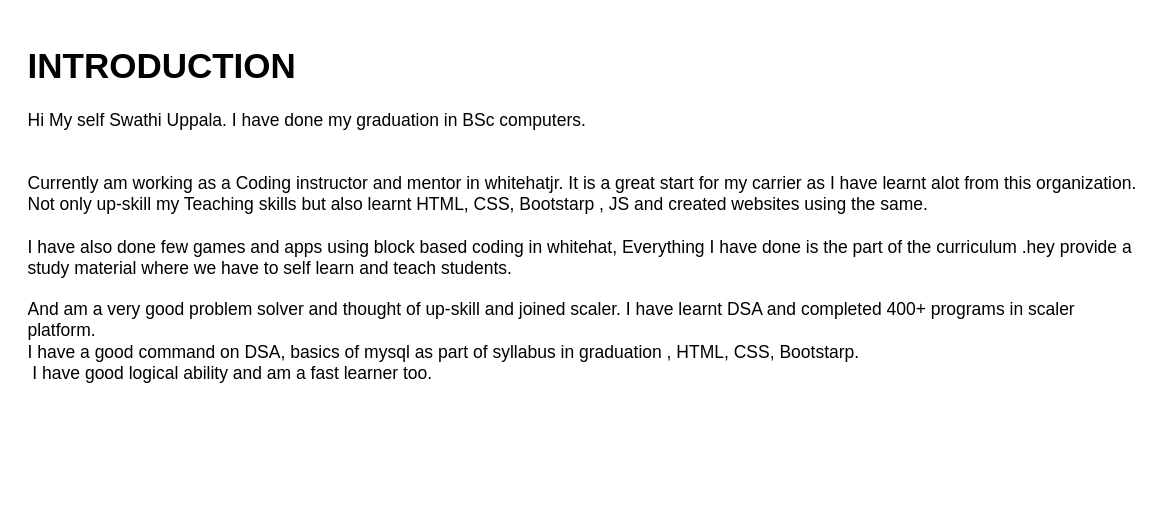
This is page "Page-2" (2 of 2) of Untitled Diagram.drawio from swathiuppala/scaler, a draw.io file, before an edit. Source tidied: cells renumbered, new cells numbered last; positions are measured from the earlier drawing's top-left corner, leaving out a move shared by most shapes. Both pictures are drawn from the tidied source at 125%, with x=0, y=0 at pixel (21, 34).
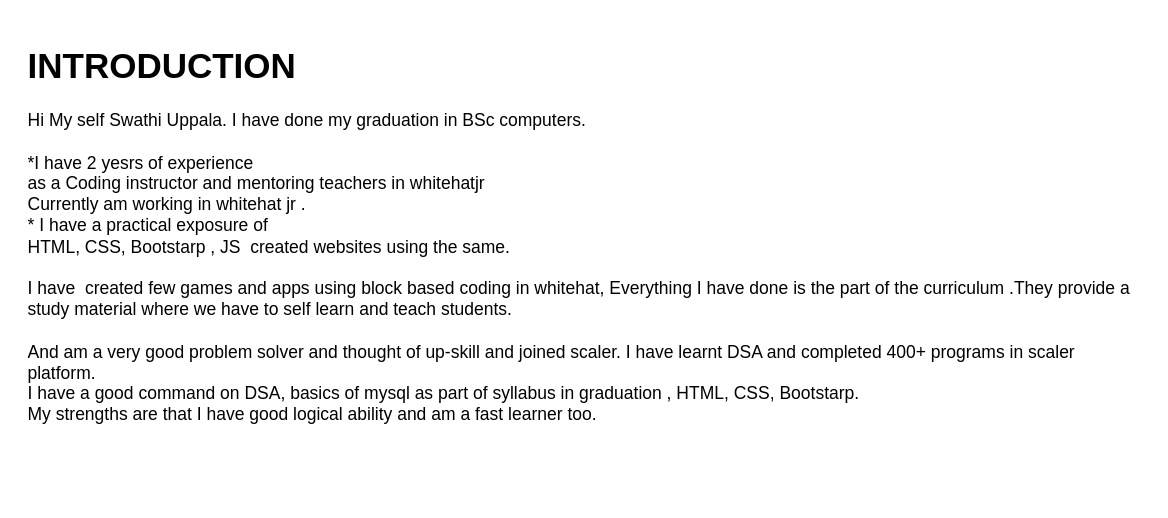
The same diagram, later.

The edit, as a diff of the source:
```diff
@@
 <mxGraphModel>
   <root>
     <mxCell id="0" />
     <mxCell id="1" parent="0" />
-    <mxCell id="2" value="&lt;h1&gt;INTRODUCTION&lt;/h1&gt;&lt;div&gt;Hi My self Swathi Uppala. I have done my graduation in BSc computers.&lt;/div&gt;&lt;div&gt;&lt;br&gt;&lt;/div&gt;&lt;div&gt;&lt;br&gt;&lt;/div&gt;&lt;div&gt;Currently am working as a Coding instructor and mentor in whitehatjr. It is a great start for my carrier as I have learnt alot from this organization. Not only&amp;nbsp;up-skill&amp;nbsp;my Teaching skills but also learnt HTML, CSS, Bootstarp , JS and created websites using the same.&amp;nbsp;&lt;/div&gt;&lt;div&gt;&lt;br&gt;&lt;/div&gt;&lt;div&gt;I have also done few games and apps using block based coding in whitehat, Everything I have done is the part of the curriculum&amp;nbsp;.hey provide a study material where we have to self learn and teach students.&lt;/div&gt;&lt;div&gt;&lt;br&gt;&lt;/div&gt;&lt;div&gt;And am a very good problem solver and thought of up-skill and joined scaler. I have learnt DSA and completed 400+ programs in scaler platform.&amp;nbsp;&lt;/div&gt;&lt;div&gt;I have a good command on DSA, basics of mysql as part of syllabus in graduation , HTML, CSS, Bootstarp.&lt;/div&gt;&lt;div&gt;&amp;nbsp;I have good logical ability and am a fast learner too.&lt;/div&gt;&lt;div&gt;&amp;nbsp;&lt;/div&gt;" style="text;html=1;strokeColor=none;fillColor=none;spacing=5;spacingTop=-20;whiteSpace=wrap;overflow=hidden;rounded=0;fontSize=14;" parent="1" vertex="1">
+    <mxCell id="2" value="&lt;h1&gt;INTRODUCTION&lt;/h1&gt;&lt;div&gt;Hi My self Swathi Uppala. I have done my graduation in BSc computers.&lt;/div&gt;&lt;div&gt;&lt;br&gt;&lt;/div&gt;&lt;div&gt;*I have 2 yesrs of experience&amp;nbsp;&lt;/div&gt;as a Coding instructor and mentoring teachers in whitehatjr&lt;div&gt;Currently am working in whitehat jr .&amp;nbsp;&lt;/div&gt;&lt;div&gt;* I have a practical exposure of&amp;nbsp;&lt;/div&gt;HTML, CSS, Bootstarp , JS&amp;nbsp;&lt;span style=&quot;background-color: initial;&quot;&gt;&amp;nbsp;created websites using the same.&amp;nbsp;&lt;/span&gt;&lt;br&gt;&lt;div&gt;&lt;br&gt;&lt;/div&gt;&lt;div&gt;I have&amp;nbsp; created few games and apps using block based coding in whitehat, Everything I have done is the part of the curriculum&amp;nbsp;.They provide a study material where we have to self learn and teach students.&lt;/div&gt;&lt;div&gt;&lt;br&gt;&lt;/div&gt;&lt;div&gt;And am a very good problem solver and thought of up-skill and joined scaler. I have learnt DSA and completed 400+ programs in scaler platform.&amp;nbsp;&lt;/div&gt;&lt;div&gt;I have a good command on DSA, basics of mysql as part of syllabus in graduation , HTML, CSS, Bootstarp.&lt;/div&gt;&lt;div&gt;My strengths are that I have good logical ability and am a fast learner too.&lt;/div&gt;&lt;div&gt;&amp;nbsp;&lt;/div&gt;" style="text;html=1;strokeColor=none;fillColor=none;spacing=5;spacingTop=-20;whiteSpace=wrap;overflow=hidden;rounded=0;fontSize=14;" parent="1" vertex="1">
       <mxGeometry width="900" height="370" as="geometry" />
     </mxCell>
   </root>
 </mxGraphModel>
```
